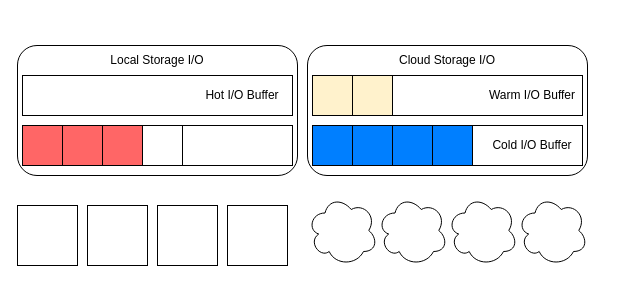
This is 3m_paper/iosystem.drawio from linqinluli/picture_draw, a draw.io file, before an edit. Source tidied: cells renumbered, new cells numbered last; positions are measured from the earlier drawing's top-left corner, leaving out a move shared by most shapes. Both pictures are drawn from the tidied source at 100%, with x=0, y=0 at pixel (17, 45).
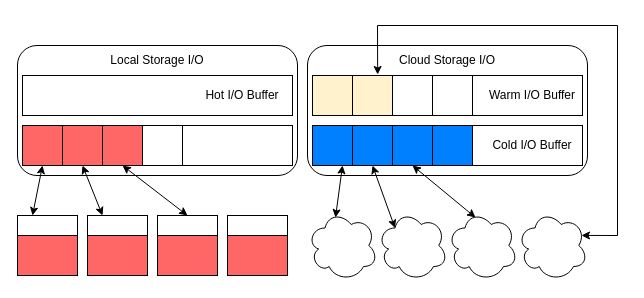
The same diagram, later.

The change refers to these unchanged cells:
```xml
<mxCell id="11" style="whiteSpace=wrap;html=1;fillColor=#007FFF;" parent="1" vertex="1">
  <mxGeometry x="295" y="80" width="40" height="40" as="geometry" />
</mxCell>
<mxCell id="12" style="whiteSpace=wrap;html=1;fillColor=#007FFF;" parent="1" vertex="1">
  <mxGeometry x="335" y="80" width="40" height="40" as="geometry" />
</mxCell>
<mxCell id="13" style="whiteSpace=wrap;html=1;fillColor=#007FFF;" parent="1" vertex="1">
  <mxGeometry x="375" y="80" width="40" height="40" as="geometry" />
</mxCell>
<mxCell id="16" style="whiteSpace=wrap;html=1;fillColor=#fff2cc;strokeColor=#000000;" parent="1" vertex="1">
  <mxGeometry x="335" y="30" width="40" height="40" as="geometry" />
</mxCell>
<mxCell id="17" style="whiteSpace=wrap;html=1;fillColor=#FF6666;" parent="1" vertex="1">
  <mxGeometry x="5" y="80" width="40" height="40" as="geometry" />
</mxCell>
<mxCell id="18" style="whiteSpace=wrap;html=1;fillColor=#FF6666;" parent="1" vertex="1">
  <mxGeometry x="45" y="80" width="40" height="40" as="geometry" />
</mxCell>
<mxCell id="19" style="whiteSpace=wrap;html=1;fillColor=#FF6666;" parent="1" vertex="1">
  <mxGeometry x="85" y="80" width="40" height="40" as="geometry" />
</mxCell>
```

Diff of the diagram source:
```diff
@@
     <mxCell id="4" style="ellipse;shape=cloud;whiteSpace=wrap;html=1;" parent="1" vertex="1">
-      <mxGeometry x="290" y="150" width="70" height="70" as="geometry" />
+      <mxGeometry x="290" y="165" width="70" height="70" as="geometry" />
     </mxCell>
@@
     <mxCell id="24" style="whiteSpace=wrap;html=1;" parent="1" vertex="1">
-      <mxGeometry y="160" width="60" height="60" as="geometry" />
+      <mxGeometry y="170" width="60" height="60" as="geometry" />
     </mxCell>
     <mxCell id="25" style="whiteSpace=wrap;html=1;" parent="1" vertex="1">
-      <mxGeometry x="70" y="160" width="60" height="60" as="geometry" />
+      <mxGeometry x="70" y="170" width="60" height="60" as="geometry" />
     </mxCell>
     <mxCell id="26" style="whiteSpace=wrap;html=1;" parent="1" vertex="1">
-      <mxGeometry x="140" y="160" width="60" height="60" as="geometry" />
+      <mxGeometry x="140" y="170" width="60" height="60" as="geometry" />
     </mxCell>
     <mxCell id="27" style="whiteSpace=wrap;html=1;" parent="1" vertex="1">
-      <mxGeometry x="210" y="160" width="60" height="60" as="geometry" />
+      <mxGeometry x="210" y="170" width="60" height="60" as="geometry" />
     </mxCell>
     <mxCell id="28" style="ellipse;shape=cloud;whiteSpace=wrap;html=1;" parent="1" vertex="1">
-      <mxGeometry x="360" y="150" width="70" height="70" as="geometry" />
+      <mxGeometry x="360" y="165" width="70" height="70" as="geometry" />
     </mxCell>
     <mxCell id="29" style="ellipse;shape=cloud;whiteSpace=wrap;html=1;" parent="1" vertex="1">
-      <mxGeometry x="430" y="150" width="70" height="70" as="geometry" />
+      <mxGeometry x="430" y="165" width="70" height="70" as="geometry" />
     </mxCell>
     <mxCell id="30" style="ellipse;shape=cloud;whiteSpace=wrap;html=1;" parent="1" vertex="1">
-      <mxGeometry x="500" y="150" width="70" height="70" as="geometry" />
+      <mxGeometry x="500" y="165" width="70" height="70" as="geometry" />
     </mxCell>
+    <mxCell id="31" style="rounded=0;whiteSpace=wrap;html=1;fillColor=#ff6666;" parent="1" vertex="1">
+      <mxGeometry y="190" width="60" height="40" as="geometry" />
+    </mxCell>
+    <mxCell id="32" style="rounded=0;whiteSpace=wrap;html=1;fillColor=#ff6666;" parent="1" vertex="1">
+      <mxGeometry x="70" y="190" width="60" height="40" as="geometry" />
+    </mxCell>
+    <mxCell id="33" style="rounded=0;whiteSpace=wrap;html=1;fillColor=#ff6666;" parent="1" vertex="1">
+      <mxGeometry x="140" y="190" width="60" height="40" as="geometry" />
+    </mxCell>
+    <mxCell id="34" style="rounded=0;whiteSpace=wrap;html=1;fillColor=#ff6666;" parent="1" vertex="1">
+      <mxGeometry x="210" y="190" width="60" height="40" as="geometry" />
+    </mxCell>
+    <mxCell id="35" style="endArrow=classic;startArrow=classic;html=1;rounded=0;entryX=0.5;entryY=1;entryDx=0;entryDy=0;exitX=0.25;exitY=0;exitDx=0;exitDy=0;" parent="1" edge="1" source="24" target="17">
+      <mxGeometry relative="1" as="geometry" />
+    </mxCell>
+    <mxCell id="36" style="endArrow=classic;startArrow=classic;html=1;rounded=0;entryX=0.5;entryY=1;entryDx=0;entryDy=0;exitX=0.25;exitY=0;exitDx=0;exitDy=0;" parent="1" edge="1" source="25" target="18">
+      <mxGeometry relative="1" as="geometry" />
+    </mxCell>
+    <mxCell id="37" style="endArrow=classic;startArrow=classic;html=1;rounded=0;entryX=0.5;entryY=1;entryDx=0;entryDy=0;exitX=0.5;exitY=0;exitDx=0;exitDy=0;" parent="1" edge="1" source="26" target="19">
+      <mxGeometry relative="1" as="geometry" />
+    </mxCell>
+    <mxCell id="38" style="endArrow=classic;startArrow=classic;html=1;rounded=0;exitX=0.4;exitY=0.1;exitDx=0;exitDy=0;exitPerimeter=0;entryX=0.75;entryY=1;entryDx=0;entryDy=0;" parent="1" edge="1" source="4" target="11">
+      <mxGeometry relative="1" as="geometry" />
+    </mxCell>
+    <mxCell id="39" style="endArrow=classic;startArrow=classic;html=1;rounded=0;exitX=0.25;exitY=0.25;exitDx=0;exitDy=0;exitPerimeter=0;entryX=0.5;entryY=1;entryDx=0;entryDy=0;" parent="1" edge="1" source="28" target="12">
+      <mxGeometry relative="1" as="geometry" />
+    </mxCell>
+    <mxCell id="40" style="endArrow=classic;startArrow=classic;html=1;rounded=0;exitX=0.4;exitY=0.1;exitDx=0;exitDy=0;exitPerimeter=0;entryX=0.5;entryY=1;entryDx=0;entryDy=0;" parent="1" edge="1" source="29" target="13">
+      <mxGeometry relative="1" as="geometry" />
+    </mxCell>
+    <mxCell id="41" style="endArrow=classic;startArrow=classic;html=1;rounded=0;entryX=0.629;entryY=-0.025;entryDx=0;entryDy=0;exitX=0.914;exitY=0.356;exitDx=0;exitDy=0;exitPerimeter=0;entryPerimeter=0;" parent="1" edge="1" source="30" target="16">
+      <mxGeometry relative="1" as="geometry">
+        <Array as="points">
+          <mxPoint x="600" y="190" />
+          <mxPoint x="600" y="-20" />
+          <mxPoint x="360" y="-20" />
+        </Array>
+      </mxGeometry>
+    </mxCell>
+    <mxCell id="42" style="whiteSpace=wrap;html=1;fillColor=none;" parent="1" vertex="1">
+      <mxGeometry x="375" y="30" width="40" height="40" as="geometry" />
+    </mxCell>
+    <mxCell id="43" style="whiteSpace=wrap;html=1;fillColor=none;" parent="1" vertex="1">
+      <mxGeometry x="415" y="30" width="40" height="40" as="geometry" />
+    </mxCell>
```
